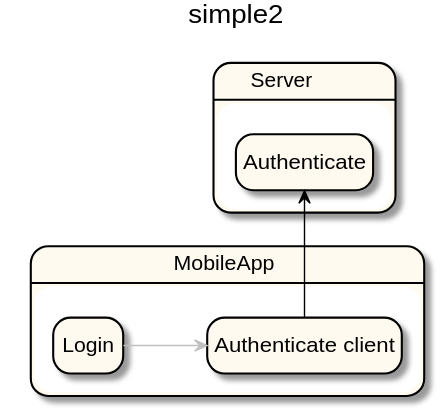
The PlantUML diagram docs/simple2_integration_EPA.svg in anz-bank/sysl-catalog, before a commit.
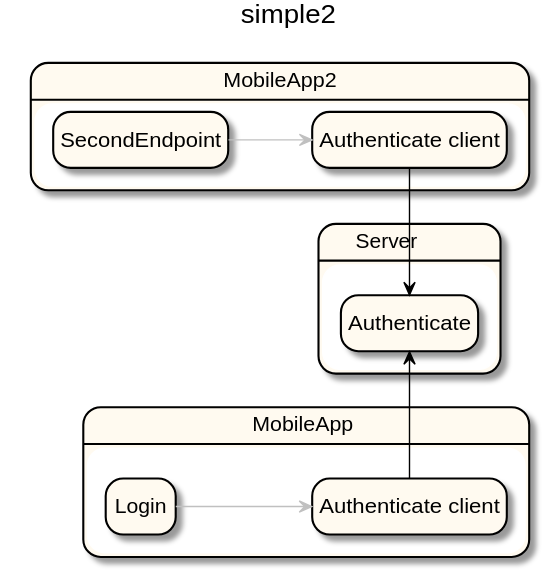
The same file after the commit.

The edit, as a diff of the source:
```diff
@@ -14,9 +14,15 @@
   state "Authenticate client" as _0 <<highlight>>
   state "Login" as _1 <<highlight>>
 }
-state "Server" as X_1 <<highlight>> {
-  state "Authenticate" as _2 <<highlight>>
+state "MobileApp2" as X_1 {
+  state "Authenticate client" as _2
+  state "SecondEndpoint" as _3
+}
+state "Server" as X_2 <<highlight>> {
+  state "Authenticate" as _4 <<highlight>>
 }
 _1 -[#silver]-> _0
-_0 -[#black]> _2
+_0 -[#black]> _4
+_3 -[#silver]-> _2
+_2 -[#black]> _4
 @enduml
```
